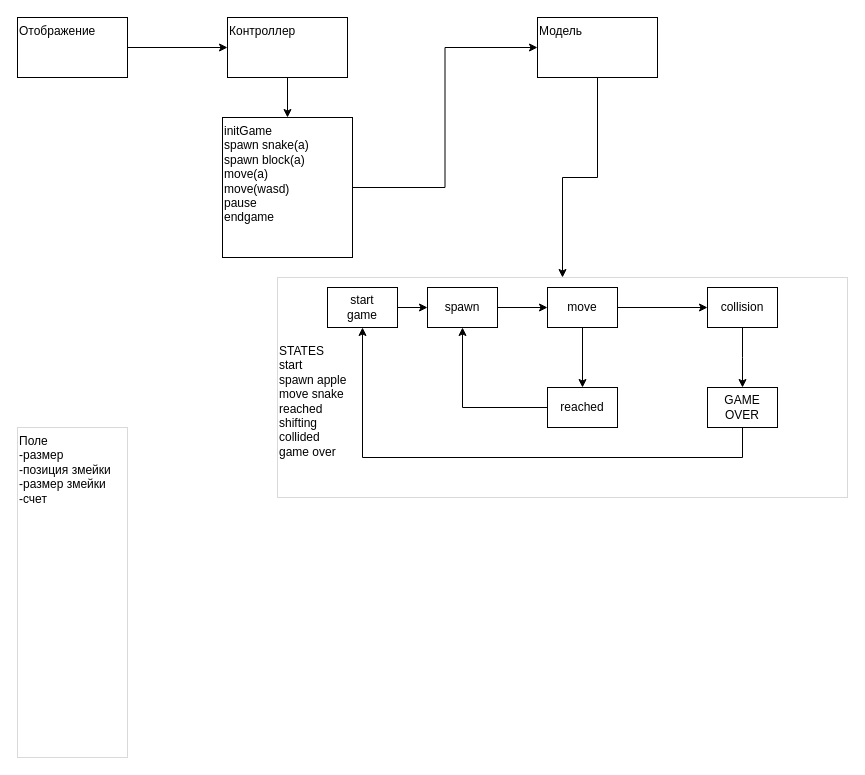
Earlier version of the draw.io diagram hisses_arch.drawio (SAAAIK/hisses). Source tidied: cells renumbered, new cells numbered last; positions are measured from the earlier drawing's top-left corner, leaving out a move shared by most shapes. Both pictures are drawn from the tidied source at 100%, with x=0, y=0 at pixel (17, 17).
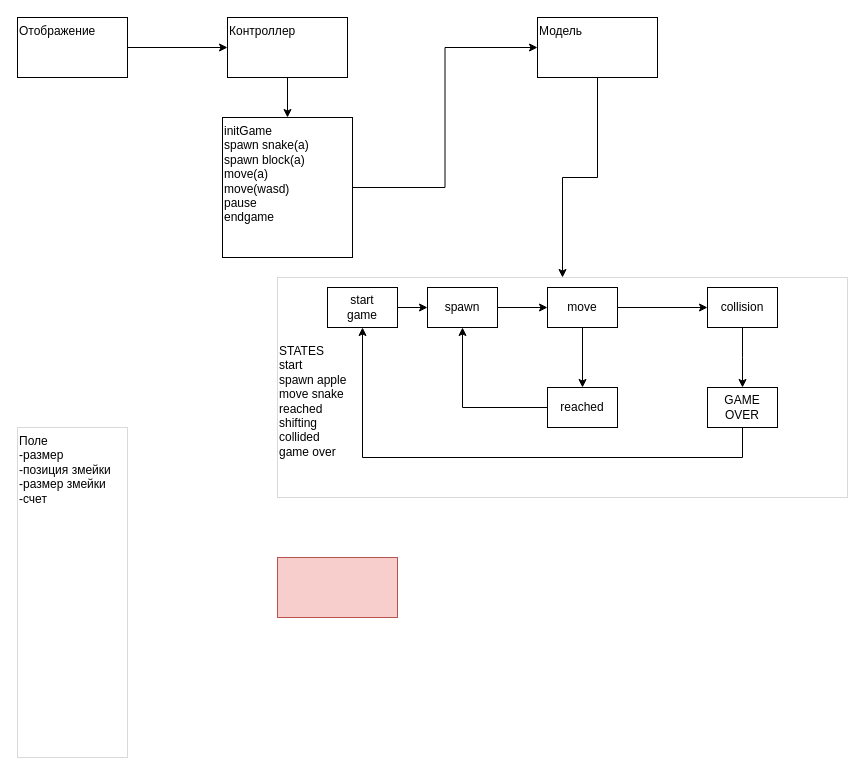
Above is the later version.

Change to the diagram source:
```diff
@@
+    <mxCell id="28" style="rounded=0;whiteSpace=wrap;html=1;fillColor=#f8cecc;strokeColor=#b85450;" parent="1" vertex="1">
+      <mxGeometry x="260" y="540" width="120" height="60" as="geometry" />
+    </mxCell>
```
